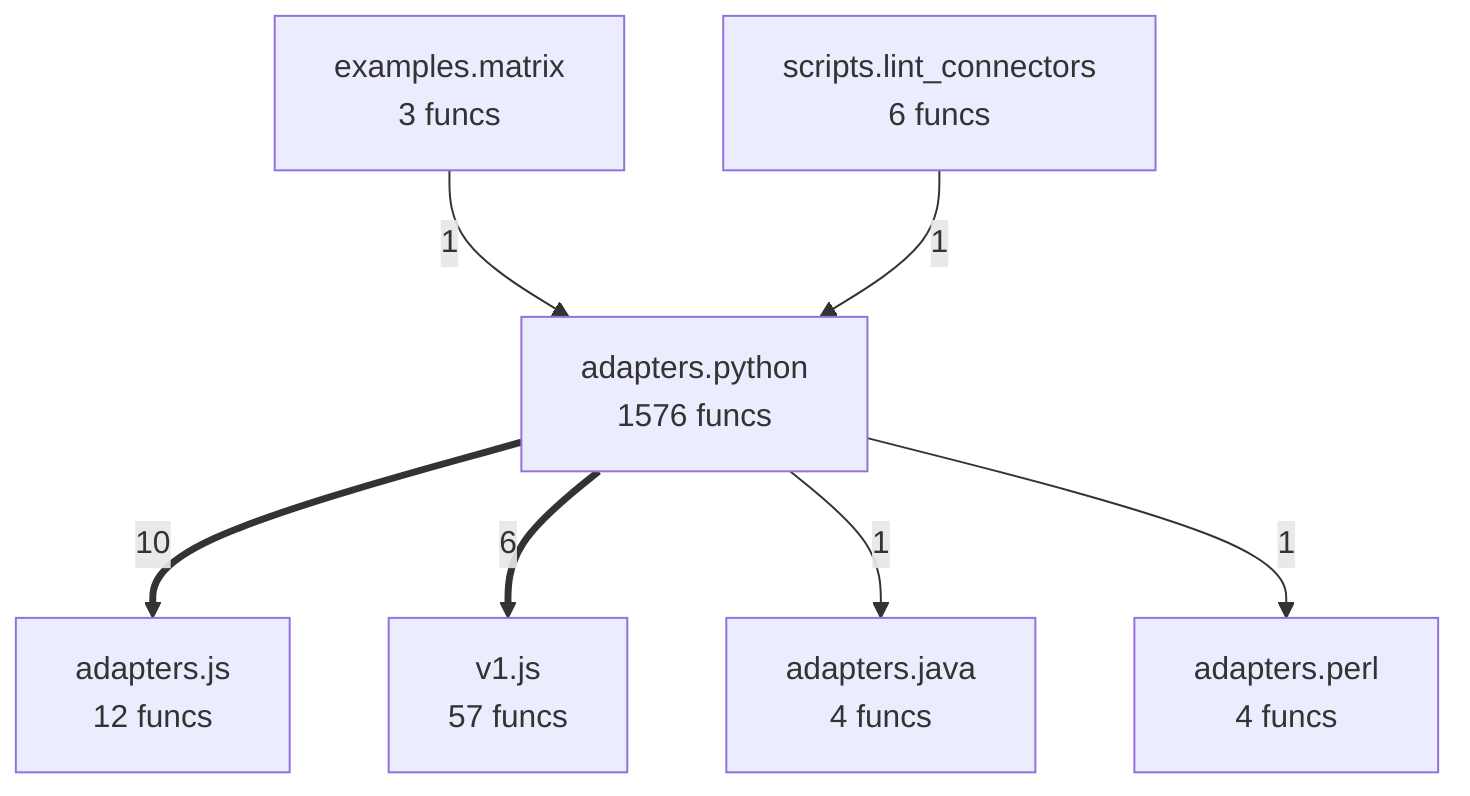
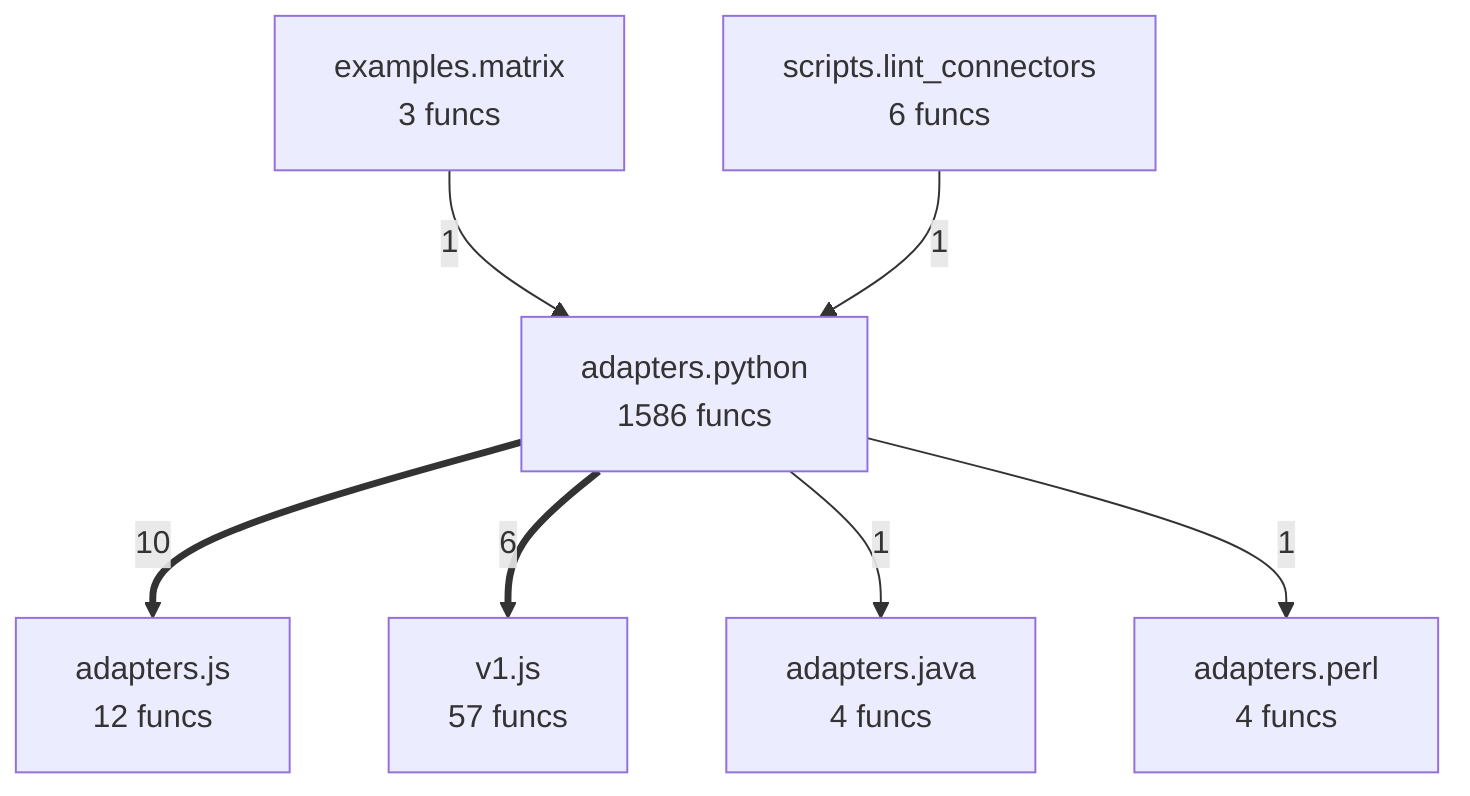
flowchart TD
%% generated in 0.05s
    adapters__java["adapters.java<br/>4 funcs"]
    adapters__js["adapters.js<br/>12 funcs"]
    adapters__perl["adapters.perl<br/>4 funcs"]
-     adapters__python["adapters.python<br/>1576 funcs"]
+     adapters__python["adapters.python<br/>1586 funcs"]
    examples__matrix["examples.matrix<br/>3 funcs"]
    scripts__lint_connectors["scripts.lint_connectors<br/>6 funcs"]
    v1__js["v1.js<br/>57 funcs"]
    adapters__python ==>|10| adapters__js
    adapters__python ==>|6| v1__js
    examples__matrix -->|1| adapters__python
    scripts__lint_connectors -->|1| adapters__python
    adapters__python -->|1| adapters__java
    adapters__python -->|1| adapters__perl
